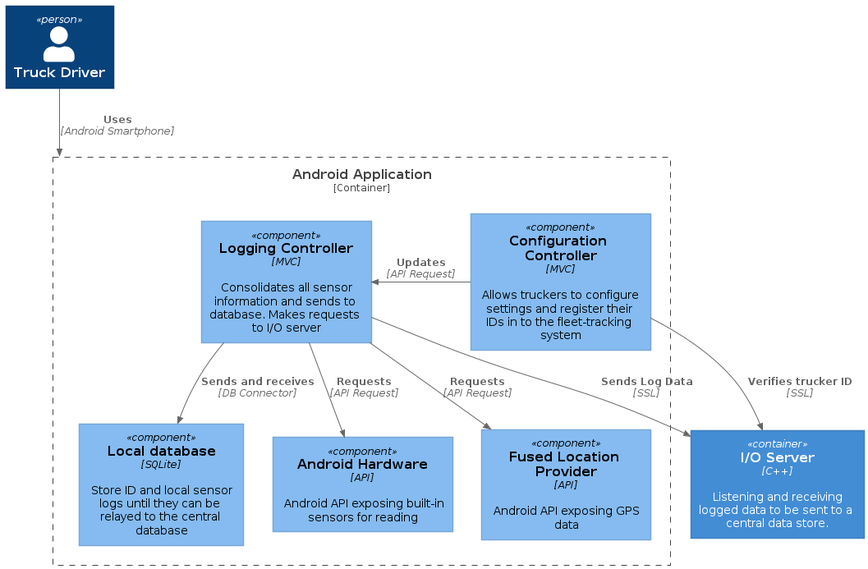
This is docs/report/diag/android_component.png from tevoza/fleet-tracker, a PlantUML export, as it was before one commit. Source of this version:
```plantuml
@startuml
!include https://raw.githubusercontent.com/plantuml-stdlib/C4-PlantUML/master/C4_Component.puml

!define DEVICONS https://raw.githubusercontent.com/tupadr3/plantuml-icon-font-sprites/master/devicons
!define FONTAWESOME https://raw.githubusercontent.com/tupadr3/plantuml-icon-font-sprites/master/font-awesome-5
!include DEVICONS/angular.puml
!include DEVICONS/java.puml
!include DEVICONS/msql_server.puml
!include FONTAWESOME/users.puml

Person(driver, "Truck Driver")
Container(cIO, "I/O Server", "C++", "Listening and receiving logged data to be sent to a central data store.")

Container_Boundary(cAndroid, "Android Application") {
Component(register, "Configuration Controller", "MVC", "Allows truckers to configure settings and register their IDs in to the fleet-tracking system")
    Component(AndroidDB, "Local database", "SQLite", "Store ID and local sensor logs until they can be relayed to the central database")
    Component(LoggingController, "Logging Controller", "MVC", "Consolidates all sensor information and sends to database. Makes requests to I/O server")
    Component(AndroidHardWare, "Android Hardware", "API", "Android API exposing built-in sensors for reading")
    Component(fusedLocationProvider, "Fused Location Provider", "API", "Android API exposing GPS data")
}
Rel(driver, cAndroid, "Uses", "Android Smartphone")
Rel_L(register, LoggingController, "Updates", "API Request")
Rel(register, cIO, "Verifies trucker ID", "SSL")
Rel(LoggingController, AndroidDB, "Sends and receives", "DB Connector")
Rel(LoggingController, AndroidHardWare, "Requests", "API Request")
Rel(LoggingController, fusedLocationProvider, "Requests", "API Request")
Rel(LoggingController, cIO, "Sends Log Data", "SSL")

@enduml
```
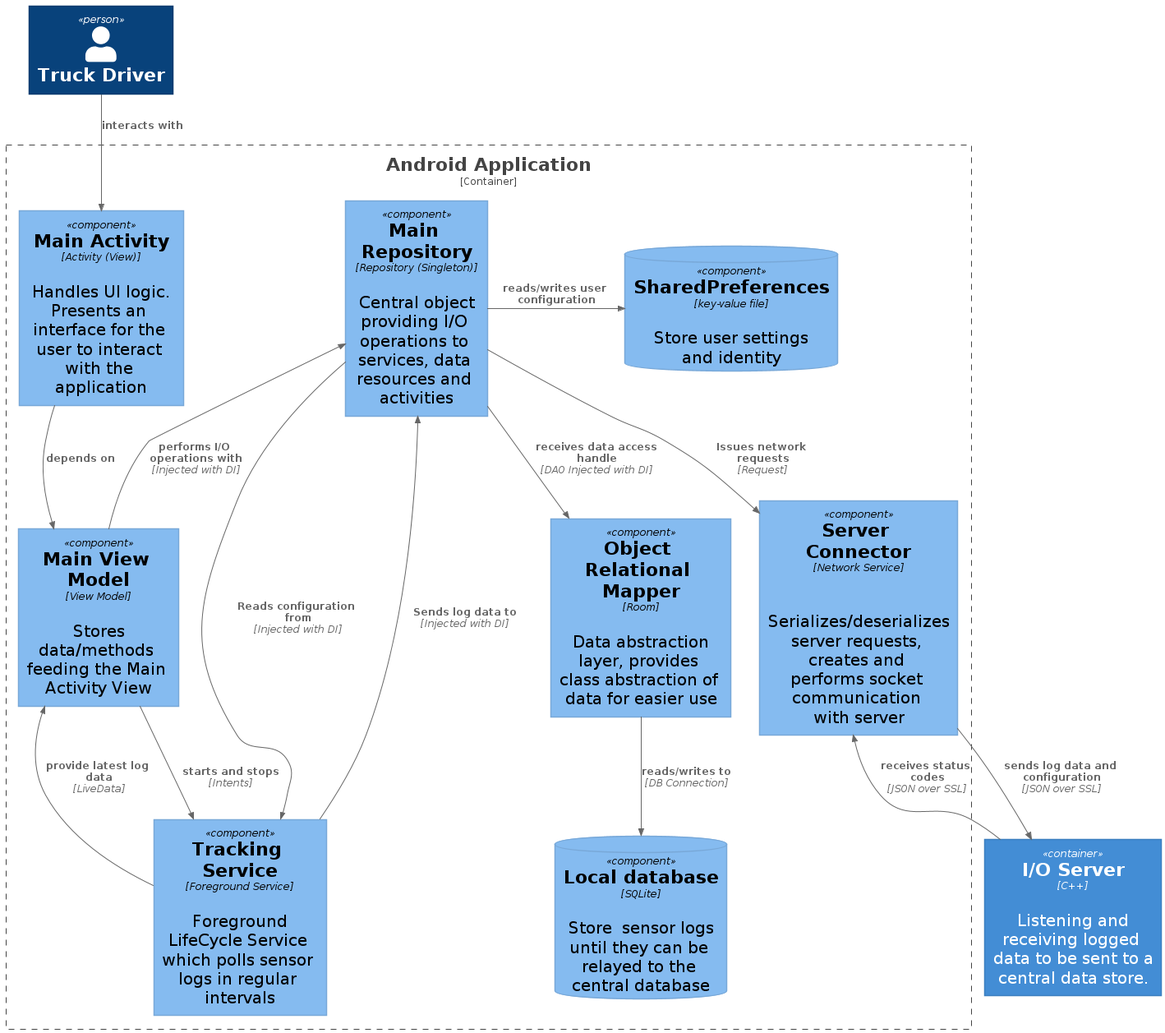
The same file after the commit.

Change to the diagram source:
```diff
@@ -1,4 +1,5 @@
 @startuml
+skinparam defaultFontSize 20
 !include https://raw.githubusercontent.com/plantuml-stdlib/C4-PlantUML/master/C4_Component.puml
 
 !define DEVICONS https://raw.githubusercontent.com/tupadr3/plantuml-icon-font-sprites/master/devicons
@@ -12,18 +13,35 @@
 Container(cIO, "I/O Server", "C++", "Listening and receiving logged data to be sent to a central data store.")
 
 Container_Boundary(cAndroid, "Android Application") {
-Component(register, "Configuration Controller", "MVC", "Allows truckers to configure settings and register their IDs in to the fleet-tracking system")
-    Component(AndroidDB, "Local database", "SQLite", "Store ID and local sensor logs until they can be relayed to the central database")
-    Component(LoggingController, "Logging Controller", "MVC", "Consolidates all sensor information and sends to database. Makes requests to I/O server")
-    Component(AndroidHardWare, "Android Hardware", "API", "Android API exposing built-in sensors for reading")
-    Component(fusedLocationProvider, "Fused Location Provider", "API", "Android API exposing GPS data")
+    Component(mainRepository, "Main Repository", "Repository (Singleton)", "Central object providing I/O operations to services, data resources and activities")
+
+    ComponentDb(sql, "Local database", "SQLite", "Store  sensor logs until they can be relayed to the central database")
+    ComponentDb(config, "SharedPreferences", "key-value file", "Store user settings and identity")
+    Component(room, "Object Relational Mapper", "Room", "Data abstraction layer, provides class abstraction of data for easier use")
+
+    Component(mainActivity, "Main Activity", "Activity (View)", "Handles UI logic. Presents an interface for the user to interact with the application")
+    Component(mainViewModel, "Main View Model", "View Model", "Stores data/methods feeding the Main Activity View")
+
+    Component(trackingService, "Tracking Service", "Foreground Service", "Foreground LifeCycle Service which polls sensor logs in regular intervals")
+
+    Component(serverConnector, "Server Connector", "Network Service", "Serializes/deserializes server requests, creates and performs socket communication with server")
 }
-Rel(driver, cAndroid, "Uses", "Android Smartphone")
-Rel_L(register, LoggingController, "Updates", "API Request")
-Rel(register, cIO, "Verifies trucker ID", "SSL")
-Rel(LoggingController, AndroidDB, "Sends and receives", "DB Connector")
-Rel(LoggingController, AndroidHardWare, "Requests", "API Request")
-Rel(LoggingController, fusedLocationProvider, "Requests", "API Request")
-Rel(LoggingController, cIO, "Sends Log Data", "SSL")
+
+Rel(driver,mainActivity, "interacts with")
+Rel(mainActivity,mainViewModel, "depends on")
+Rel_U(mainViewModel,mainRepository, "performs I/O operations with", "Injected with DI")
+
+Rel(trackingService,mainViewModel, "provide latest log data", "LiveData")
+Rel(mainViewModel, trackingService, "starts and stops", "Intents")
+
+Rel(trackingService,mainRepository, "Sends log data to", "Injected with DI")
+Rel(mainRepository,trackingService, "Reads configuration from", "Injected with DI")
+
+Rel(serverConnector,cIO, "sends log data and configuration", "JSON over SSL")
+Rel(cIO,serverConnector, "receives status codes", "JSON over SSL")
+Rel(mainRepository,serverConnector, "Issues network requests", "Request")
+Rel(mainRepository,room, "receives data access handle", "DAO Injected with DI")
+Rel_R(mainRepository,config, "reads/writes user configuration")
+Rel(room, sql, "reads/writes to", "DB Connection")
 
 @enduml
```
